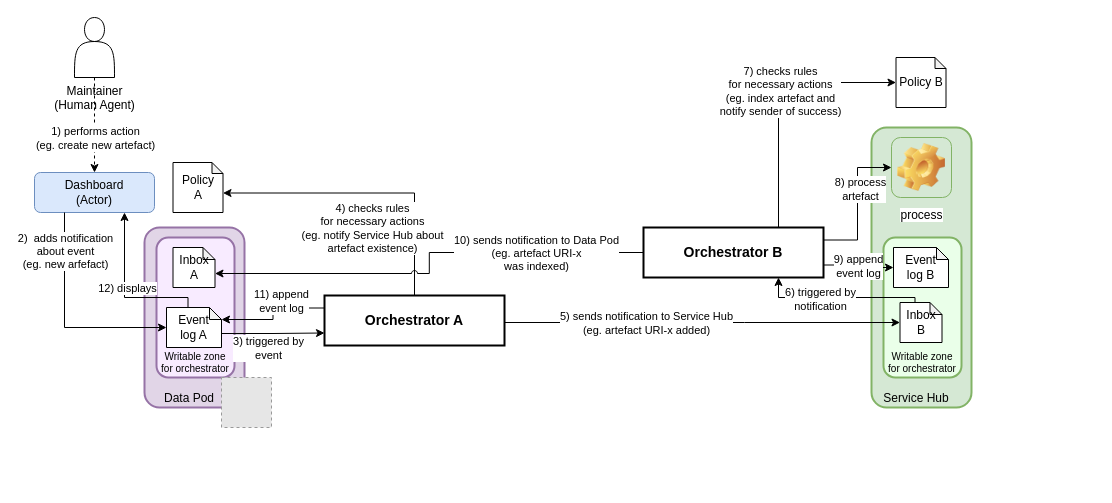
This is diagrams/high-level-comm.drawio from MellonScholarlyCommunication/spec-orchestrator, a draw.io file, before an edit. Source tidied: cells renumbered, new cells numbered last; positions are measured from the earlier drawing's top-left corner, leaving out a move shared by most shapes. Both pictures are drawn from the tidied source at 100%, with x=0, y=0 at pixel (34, 17). Pictures stored in the file or linked from it are replaced by grey dashed boxes.
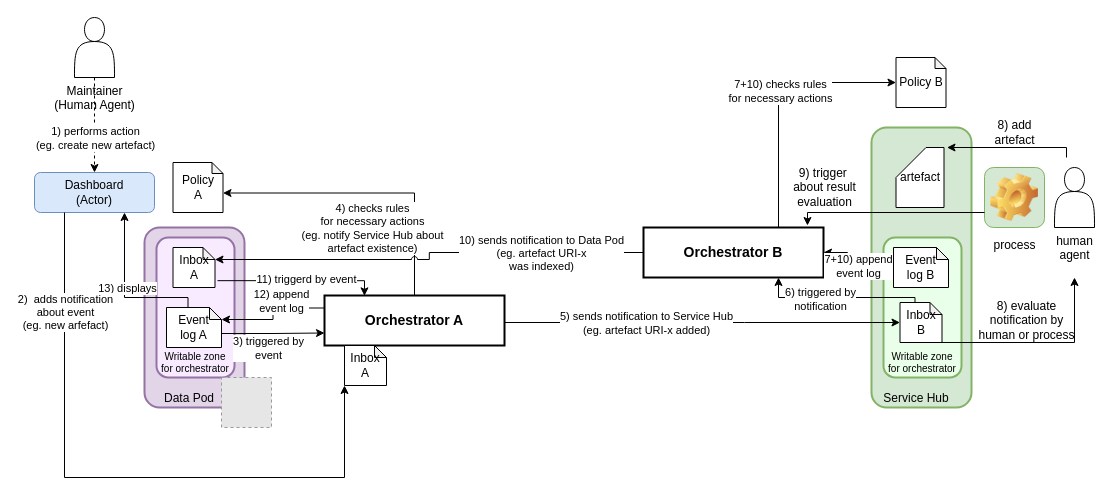
After the change.

The change refers to these unchanged cells:
```xml
<mxCell id="4" value="Orchestrator A" style="rounded=0;whiteSpace=wrap;html=1;strokeWidth=2;fontSize=14;fontStyle=1;" parent="1" vertex="1">
  <mxGeometry x="290" y="278" width="180" height="50" as="geometry" />
</mxCell>
<mxCell id="8" value="Dashboard&lt;br&gt;(Actor)" style="rounded=1;whiteSpace=wrap;html=1;fillColor=#dae8fc;strokeColor=#6c8ebf;" parent="1" vertex="1">
  <mxGeometry y="155" width="120" height="40" as="geometry" />
</mxCell>
<mxCell id="10" style="edgeStyle=orthogonalEdgeStyle;rounded=0;jettySize=auto;html=1;exitX=0.75;exitY=0;exitDx=0;exitDy=0;entryX=0;entryY=0.5;entryDx=0;entryDy=0;entryPerimeter=0;" parent="1" edge="1" source="12" target="9">
  <mxGeometry relative="1" as="geometry" />
</mxCell>
<mxCell id="12" value="Orchestrator B" style="rounded=0;whiteSpace=wrap;html=1;strokeWidth=2;fontSize=14;fontStyle=1;" parent="1" vertex="1">
  <mxGeometry x="609" y="210" width="180" height="50" as="geometry" />
</mxCell>
<mxCell id="17" style="edgeStyle=orthogonalEdgeStyle;rounded=0;jumpStyle=arc;jettySize=auto;html=1;exitX=0;exitY=0;exitDx=21.5;exitDy=0;exitPerimeter=0;entryX=0.75;entryY=1;entryDx=0;entryDy=0;" parent="1" edge="1" source="19" target="8">
  <mxGeometry relative="1" as="geometry">
    <Array as="points">
      <mxPoint x="154" y="280" />
      <mxPoint x="90" y="280" />
    </Array>
  </mxGeometry>
</mxCell>
<mxCell id="19" value="&lt;div&gt;Event &lt;br&gt;&lt;/div&gt;&lt;div&gt;log A&lt;/div&gt;" style="shape=note;whiteSpace=wrap;html=1;backgroundOutline=1;darkOpacity=0.05;strokeWidth=1;size=12;" parent="1" vertex="1">
  <mxGeometry x="132" y="290" width="55" height="40" as="geometry" />
</mxCell>
<mxCell id="20" value="&lt;div&gt;Inbox&lt;br&gt;A&lt;/div&gt;" style="shape=note;whiteSpace=wrap;html=1;backgroundOutline=1;darkOpacity=0.05;strokeWidth=1;size=12;" parent="1" vertex="1">
  <mxGeometry x="138.5" y="230" width="42" height="40" as="geometry" />
</mxCell>
<mxCell id="22" value="Service Hub" style="rounded=1;whiteSpace=wrap;html=1;strokeWidth=2;strokeColor=#82b366;fillColor=#d5e8d4;align=center;verticalAlign=bottom;spacingRight=10;" parent="1" vertex="1">
  <mxGeometry x="837" y="110" width="100" height="280" as="geometry" />
</mxCell>
<mxCell id="24" value="&lt;div&gt;Event &lt;br&gt;&lt;/div&gt;&lt;div&gt;log B&lt;/div&gt;" style="shape=note;whiteSpace=wrap;html=1;backgroundOutline=1;darkOpacity=0.05;strokeWidth=1;size=12;" parent="1" vertex="1">
  <mxGeometry x="859" y="230" width="55" height="40" as="geometry" />
</mxCell>
<mxCell id="25" value="&lt;div&gt;Inbox B&lt;/div&gt;" style="shape=note;whiteSpace=wrap;html=1;backgroundOutline=1;darkOpacity=0.05;strokeWidth=1;size=12;" parent="1" vertex="1">
  <mxGeometry x="865.5" y="285" width="42" height="40" as="geometry" />
</mxCell>
<mxCell id="39" style="edgeStyle=orthogonalEdgeStyle;rounded=0;jumpStyle=arc;jettySize=auto;html=1;exitX=0;exitY=0.25;exitDx=0;exitDy=0;entryX=0;entryY=0;entryDx=55;entryDy=12;entryPerimeter=0;" parent="1" edge="1" source="4" target="19">
  <mxGeometry relative="1" as="geometry" />
</mxCell>
```

The edit, as a diff of the source:
```diff
@@
-    <mxCell id="11" value="7) checks rules &lt;br&gt;&lt;div&gt;for necessary actions&lt;/div&gt;(eg. index artefact and &lt;br&gt;notify sender of success)" style="edgeLabel;html=1;align=center;verticalAlign=middle;" parent="10" vertex="1">
+    <mxCell id="11" value="7+10) checks rules &lt;br&gt;&lt;div&gt;for necessary actions&lt;/div&gt;" style="edgeLabel;html=1;align=center;verticalAlign=middle;" parent="10" vertex="1">
       <mxGeometry x="0.04" y="-1" relative="1" as="geometry" />
     </mxCell>
@@
-    <mxCell id="18" value="12) displays" style="edgeLabel;html=1;align=center;verticalAlign=middle;" parent="17" vertex="1">
+    <mxCell id="18" value="13) displays" style="edgeLabel;html=1;align=center;verticalAlign=middle;" parent="17" vertex="1">
       <mxGeometry x="0.2" y="-2" relative="1" as="geometry">
         <mxPoint y="12" as="offset" />
       </mxGeometry>
     </mxCell>
@@
+    <mxCell id="41" style="edgeStyle=orthogonalEdgeStyle;rounded=0;jettySize=auto;html=1;" parent="1" edge="1" source="22" target="12">
+      <mxGeometry relative="1" as="geometry" />
+    </mxCell>
@@
-    <mxCell id="29" style="edgeStyle=orthogonalEdgeStyle;rounded=0;jettySize=auto;html=1;exitX=0.25;exitY=1;exitDx=0;exitDy=0;entryX=0;entryY=0.5;entryDx=0;entryDy=0;entryPerimeter=0;" parent="1" edge="1" source="8" target="19">
-      <mxGeometry relative="1" as="geometry" />
+    <mxCell id="29" style="edgeStyle=orthogonalEdgeStyle;rounded=0;jettySize=auto;html=1;exitX=0.25;exitY=1;exitDx=0;exitDy=0;entryX=0;entryY=1;entryDx=0;entryDy=0;entryPerimeter=0;" parent="1" edge="1" source="8" target="42">
+      <mxGeometry relative="1" as="geometry">
+        <Array as="points">
+          <mxPoint x="30" y="460" />
+          <mxPoint x="310" y="460" />
+        </Array>
+      </mxGeometry>
     </mxCell>
@@
     <mxCell id="33" value="process" style="icon;html=1;image=img/clipart/Gear_128x128.png;align=center;fillColor=#d5e8d4;strokeColor=#82b366;" parent="1" vertex="1">
-      <mxGeometry x="857" y="120" width="60" height="60" as="geometry" />
+      <mxGeometry x="950" y="150" width="60" height="60" as="geometry" />
     </mxCell>
-    <mxCell id="34" style="edgeStyle=orthogonalEdgeStyle;rounded=0;jettySize=auto;html=1;exitX=1;exitY=0.25;exitDx=0;exitDy=0;entryX=0;entryY=0.5;entryDx=0;entryDy=0;" parent="1" edge="1" source="12" target="33">
-      <mxGeometry relative="1" as="geometry" />
-    </mxCell>
-    <mxCell id="35" value="8) process &lt;br&gt;artefact" style="edgeLabel;html=1;align=center;verticalAlign=middle;" parent="34" vertex="1">
-      <mxGeometry x="0.22" y="-2" relative="1" as="geometry">
-        <mxPoint y="1" as="offset" />
-      </mxGeometry>
-    </mxCell>
-    <mxCell id="36" value="9) append&lt;br&gt;event log" style="edgeStyle=orthogonalEdgeStyle;rounded=0;jettySize=auto;html=1;exitX=1;exitY=0.75;exitDx=0;exitDy=0;entryX=0;entryY=0.5;entryDx=0;entryDy=0;entryPerimeter=0;" parent="1" edge="1" source="12" target="24">
+    <mxCell id="36" value="7+10) append&lt;br&gt;event log" style="edgeStyle=orthogonalEdgeStyle;rounded=0;jettySize=auto;html=1;exitX=1;exitY=0.75;exitDx=0;exitDy=0;entryX=0;entryY=0.5;entryDx=0;entryDy=0;entryPerimeter=0;" parent="1" edge="1" source="12" target="24">
       <mxGeometry relative="1" as="geometry" />
     </mxCell>
-    <mxCell id="37" style="edgeStyle=orthogonalEdgeStyle;rounded=0;jettySize=auto;html=1;exitX=0;exitY=0.5;exitDx=0;exitDy=0;entryX=0;entryY=0;entryDx=42;entryDy=26;entryPerimeter=0;jumpStyle=arc;" parent="1" edge="1" source="12" target="20">
+    <mxCell id="37" style="edgeStyle=orthogonalEdgeStyle;rounded=0;jettySize=auto;html=1;exitX=0;exitY=0.5;exitDx=0;exitDy=0;entryX=0;entryY=0;entryDx=42;entryDy=12;entryPerimeter=0;jumpStyle=arc;" parent="1" edge="1" source="12" target="20">
       <mxGeometry relative="1" as="geometry" />
     </mxCell>
@@
-    <mxCell id="40" value="11) append&lt;br&gt;event log" style="edgeLabel;html=1;align=center;verticalAlign=middle;" parent="39" vertex="1">
+    <mxCell id="40" value="12) append&lt;br&gt;event log" style="edgeLabel;html=1;align=center;verticalAlign=middle;" parent="39" vertex="1">
       <mxGeometry x="-0.28" y="1" relative="1" as="geometry">
         <mxPoint x="-3" y="-8" as="offset" />
       </mxGeometry>
     </mxCell>
+    <mxCell id="42" value="&lt;div&gt;Inbox&lt;br&gt;A&lt;/div&gt;" style="shape=note;whiteSpace=wrap;html=1;backgroundOutline=1;darkOpacity=0.05;strokeWidth=1;size=12;" parent="1" vertex="1">
+      <mxGeometry x="310" y="328" width="42" height="40" as="geometry" />
+    </mxCell>
+    <mxCell id="43" style="endArrow=classic;html=1;rounded=0;edgeStyle=orthogonalEdgeStyle;exitX=1.06;exitY=0.829;exitDx=0;exitDy=0;exitPerimeter=0;entryX=0.222;entryY=0.007;entryDx=0;entryDy=0;entryPerimeter=0;" parent="1" edge="1" source="20" target="4">
+      <mxGeometry relative="1" as="geometry" />
+    </mxCell>
+    <mxCell id="44" value="11) triggerd by event" style="edgeLabel;html=1;align=center;verticalAlign=middle;" parent="43" vertex="1">
+      <mxGeometry x="0.09" y="2" relative="1" as="geometry" />
+    </mxCell>
+    <mxCell id="45" value="human&lt;br&gt;agent" style="shape=actor;html=1;labelPosition=center;verticalLabelPosition=bottom;align=center;verticalAlign=top;" parent="1" vertex="1">
+      <mxGeometry x="1020" y="150" width="40" height="60" as="geometry" />
+    </mxCell>
+    <mxCell id="46" style="endArrow=classic;html=1;rounded=0;exitX=1;exitY=1;exitDx=0;exitDy=0;exitPerimeter=0;" parent="1" edge="1" source="25">
+      <mxGeometry relative="1" as="geometry">
+        <mxPoint x="1040" y="260" as="targetPoint" />
+        <Array as="points">
+          <mxPoint x="1040" y="325" />
+        </Array>
+      </mxGeometry>
+    </mxCell>
+    <mxCell id="47" value="8) evaluate&lt;br&gt;notification by&lt;br&gt;human or process&lt;br&gt;" style="text;html=1;align=center;verticalAlign=middle;strokeColor=none;fillColor=none;" parent="1" vertex="1">
+      <mxGeometry x="937" y="278" width="110" height="50" as="geometry" />
+    </mxCell>
+    <mxCell id="48" value="artefact" style="shape=card;whiteSpace=wrap;html=1;" parent="1" vertex="1">
+      <mxGeometry x="861.5" y="130" width="48" height="60" as="geometry" />
+    </mxCell>
+    <mxCell id="49" style="endArrow=classic;html=1;rounded=0;exitX=0;exitY=0.75;exitDx=0;exitDy=0;entryX=0.911;entryY=-0.04;entryDx=0;entryDy=0;entryPerimeter=0;" parent="1" edge="1" source="33" target="12">
+      <mxGeometry relative="1" as="geometry">
+        <Array as="points">
+          <mxPoint x="773" y="195" />
+        </Array>
+      </mxGeometry>
+    </mxCell>
+    <mxCell id="50" value="9) trigger&amp;nbsp;&lt;br&gt;about result&lt;br&gt;evaluation&lt;br&gt;" style="text;html=1;align=center;verticalAlign=middle;strokeColor=none;fillColor=none;" parent="1" vertex="1">
+      <mxGeometry x="750" y="145" width="80" height="50" as="geometry" />
+    </mxCell>
+    <mxCell id="51" style="endArrow=classic;html=1;rounded=0;entryX=0;entryY=0;entryDx=39;entryDy=0;entryPerimeter=0;" parent="1" edge="1">
+      <mxGeometry relative="1" as="geometry">
+        <mxPoint x="1032" y="140" as="sourcePoint" />
+        <mxPoint x="912.5" y="130" as="targetPoint" />
+        <Array as="points">
+          <mxPoint x="1032" y="130" />
+        </Array>
+      </mxGeometry>
+    </mxCell>
+    <mxCell id="52" value="8) add &lt;br&gt;artefact" style="text;html=1;align=center;verticalAlign=middle;strokeColor=none;fillColor=none;" parent="1" vertex="1">
+      <mxGeometry x="950" y="100" width="60" height="30" as="geometry" />
+    </mxCell>
```
